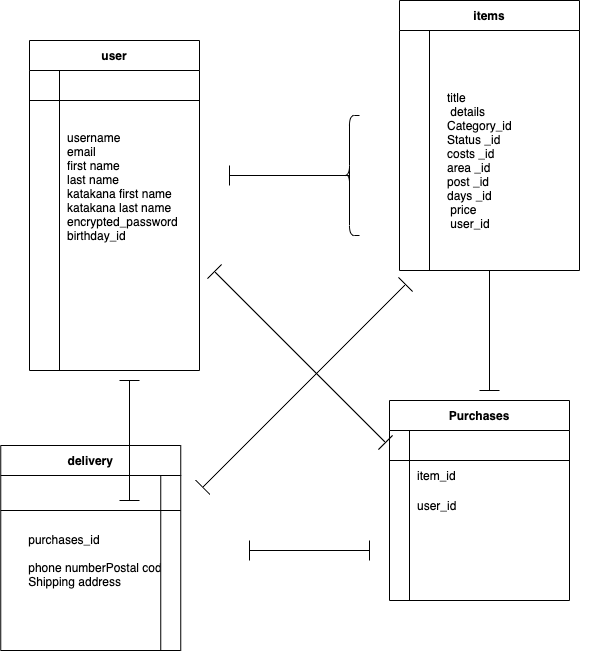
Above: er.drawio.png in abetatsu5466/furima-35389 (draw.io), before the change. Source tidied: cells renumbered, new cells last; positions are measured from the earlier drawing's top-left corner, leaving out a move shared by most shapes.
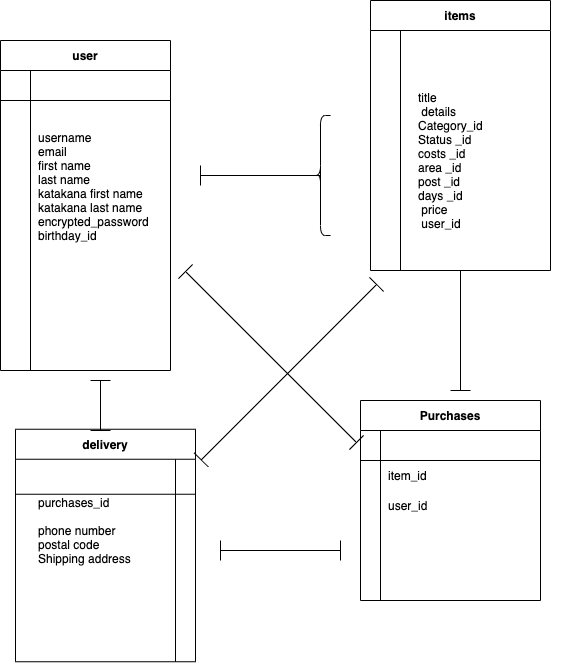
Above is the later version.

Diff of the diagram source:
```diff
@@ -143,14 +143,14 @@
     <mxCell id="48" style="shape=partialRectangle;fillColor=none;top=0;left=0;bottom=0;right=0;align=left;spacingLeft=6;overflow=hidden;" parent="1" vertex="1">
       <mxGeometry x="369" y="530" width="160" height="30" as="geometry" />
     </mxCell>
-    <mxCell id="49" value="purchases_id&#10;&#10;phone numberPostal code&#10;Shipping address" style="shape=partialRectangle;fillColor=none;top=0;left=0;bottom=0;right=0;align=left;spacingLeft=6;overflow=hidden;" parent="1" vertex="1">
-      <mxGeometry x="20.2" y="490" width="140" height="140" as="geometry" />
+    <mxCell id="49" value="purchases_id&#10;&#10;phone number&#10;postal code&#10;Shipping address" style="shape=partialRectangle;fillColor=none;top=0;left=0;bottom=0;right=0;align=left;spacingLeft=6;overflow=hidden;" parent="1" vertex="1">
+      <mxGeometry x="59" y="460" width="140" height="140" as="geometry" />
     </mxCell>
     <mxCell id="50" style="shape=partialRectangle;fillColor=none;top=0;left=0;bottom=0;right=0;align=left;spacingLeft=6;overflow=hidden;" parent="1" vertex="1">
       <mxGeometry x="429" y="205" width="140" height="30" as="geometry" />
     </mxCell>
     <mxCell id="51" value="delivery" style="shape=table;startSize=30;rowLines=0;fontStyle=1;align=center;" parent="1" vertex="1">
-      <mxGeometry x="0.2" y="445" width="180" height="205" as="geometry" />
+      <mxGeometry x="44" y="428.8" width="180" height="232.5" as="geometry" />
     </mxCell>
     <mxCell id="52" style="shape=partialRectangle;fillColor=none;top=0;left=0;bottom=1;right=0;" parent="51" vertex="1">
       <mxGeometry y="30" width="180" height="35" as="geometry" />
@@ -162,13 +162,13 @@
       <mxGeometry x="160" width="20" height="35" as="geometry" />
     </mxCell>
     <mxCell id="55" style="shape=partialRectangle;fillColor=none;top=0;left=0;bottom=0;right=0;" parent="51" vertex="1">
-      <mxGeometry y="65" width="180" height="30" as="geometry" />
+      <mxGeometry y="65" width="180" height="20" as="geometry" />
     </mxCell>
     <mxCell id="56" style="shape=partialRectangle;fillColor=none;top=0;left=0;bottom=0;right=0;overflow=hidden;" parent="55" vertex="1">
-      <mxGeometry width="160" height="30" as="geometry" />
+      <mxGeometry width="160" height="20" as="geometry" />
     </mxCell>
     <mxCell id="57" style="shape=partialRectangle;fillColor=none;top=0;left=0;bottom=0;right=0;align=left;spacingLeft=6;overflow=hidden;" parent="55" vertex="1">
-      <mxGeometry x="160" width="20" height="30" as="geometry" />
+      <mxGeometry x="160" width="20" height="20" as="geometry" />
     </mxCell>
     <mxCell id="58" style="edgeStyle=orthogonalEdgeStyle;rounded=0;orthogonalLoop=1;jettySize=auto;html=1;exitX=0.5;exitY=1;exitDx=0;exitDy=0;" parent="1" edge="1">
       <mxGeometry relative="1" as="geometry">
@@ -183,13 +183,13 @@
       <mxGeometry x="249" y="540" width="120" height="20" as="geometry" />
     </mxCell>
     <mxCell id="61" style="shape=crossbar;whiteSpace=wrap;html=1;rounded=1;rotation=90;" parent="1" vertex="1">
-      <mxGeometry x="69" y="430" width="120" height="20" as="geometry" />
+      <mxGeometry x="104" y="395" width="50" height="20" as="geometry" />
     </mxCell>
     <mxCell id="62" style="shape=crossbar;whiteSpace=wrap;html=1;rounded=1;rotation=90;" parent="1" vertex="1">
       <mxGeometry x="429" y="320" width="120" height="20" as="geometry" />
     </mxCell>
     <mxCell id="63" style="shape=crossbar;whiteSpace=wrap;html=1;rounded=1;rotation=-45;" parent="1" vertex="1">
-      <mxGeometry x="160.2" y="375.3" width="286.8" height="20" as="geometry" />
+      <mxGeometry x="193.3" y="361.6" width="248.1" height="20" as="geometry" />
     </mxCell>
     <mxCell id="64" style="shape=crossbar;whiteSpace=wrap;html=1;rounded=1;rotation=45;" parent="1" vertex="1">
       <mxGeometry x="178.6" y="346.5" width="241.8" height="20" as="geometry" />
```
